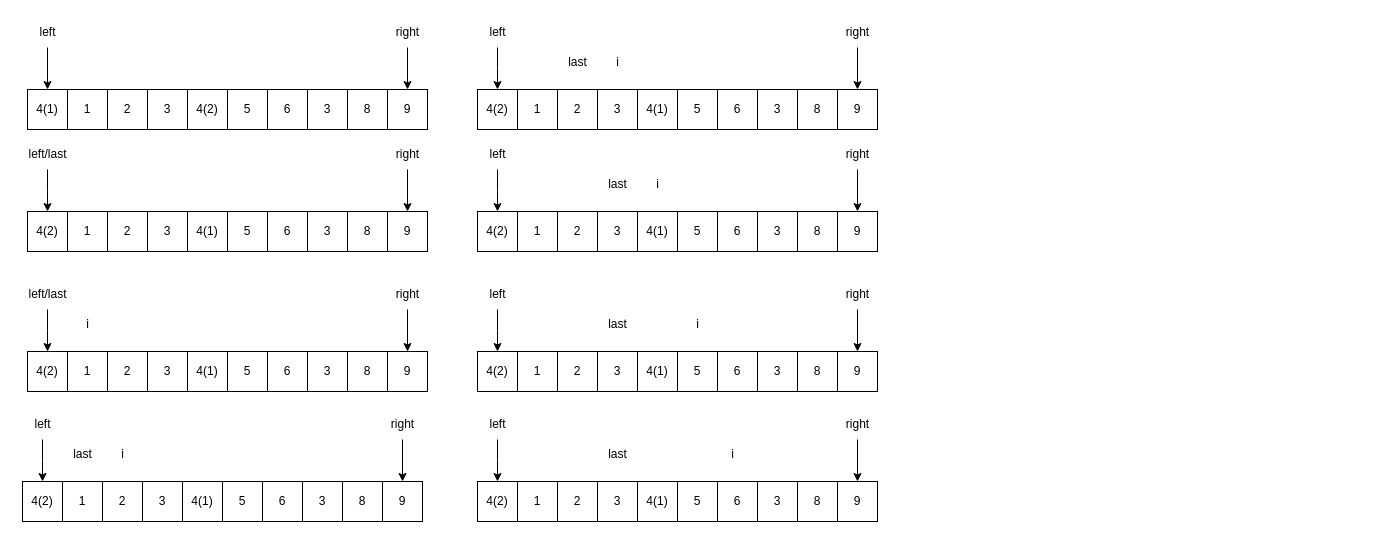
Above: page "第 2 页" (2 of 3) of Untitled Diagram.drawio in 200928/image (draw.io), before the change. Source tidied: cells renumbered, new cells numbered last; positions are measured from the earlier drawing's top-left corner, leaving out a move shared by most shapes. Both pictures are drawn from the tidied source at 100%, with x=0, y=0 at pixel (17, 17).
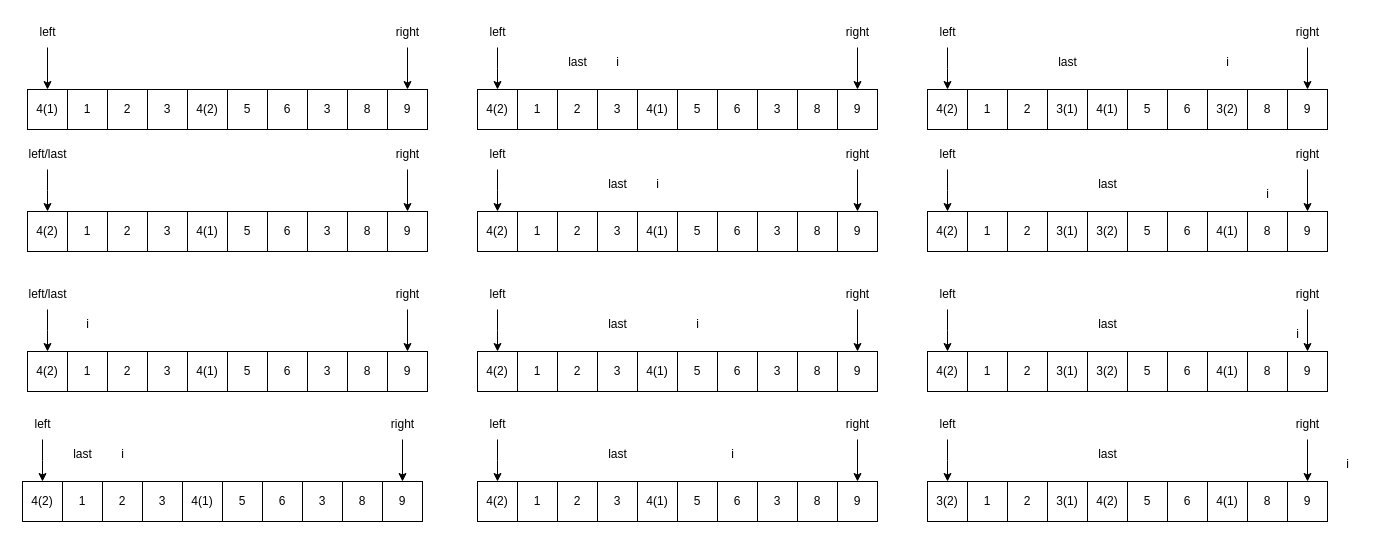
The same page after the edit.

The edit, as a diff of the source:
```diff
@@
+    <mxCell id="125" value="1" style="rounded=0;whiteSpace=wrap;html=1;" parent="1" vertex="1">
+      <mxGeometry x="950" y="72" width="40" height="40" as="geometry" />
+    </mxCell>
+    <mxCell id="126" value="2" style="rounded=0;whiteSpace=wrap;html=1;" parent="1" vertex="1">
+      <mxGeometry x="990" y="72" width="40" height="40" as="geometry" />
+    </mxCell>
+    <mxCell id="127" value="3(1)" style="rounded=0;whiteSpace=wrap;html=1;" parent="1" vertex="1">
+      <mxGeometry x="1030" y="72" width="40" height="40" as="geometry" />
+    </mxCell>
+    <mxCell id="128" value="4(2)" style="rounded=0;whiteSpace=wrap;html=1;" parent="1" vertex="1">
+      <mxGeometry x="910" y="72" width="40" height="40" as="geometry" />
+    </mxCell>
+    <mxCell id="129" value="5" style="rounded=0;whiteSpace=wrap;html=1;" parent="1" vertex="1">
+      <mxGeometry x="1110" y="72" width="40" height="40" as="geometry" />
+    </mxCell>
+    <mxCell id="130" value="6" style="rounded=0;whiteSpace=wrap;html=1;" parent="1" vertex="1">
+      <mxGeometry x="1150" y="72" width="40" height="40" as="geometry" />
+    </mxCell>
+    <mxCell id="131" value="3(2)" style="rounded=0;whiteSpace=wrap;html=1;" parent="1" vertex="1">
+      <mxGeometry x="1190" y="72" width="40" height="40" as="geometry" />
+    </mxCell>
+    <mxCell id="132" value="8" style="rounded=0;whiteSpace=wrap;html=1;" parent="1" vertex="1">
+      <mxGeometry x="1230" y="72" width="40" height="40" as="geometry" />
+    </mxCell>
+    <mxCell id="133" value="9" style="rounded=0;whiteSpace=wrap;html=1;" parent="1" vertex="1">
+      <mxGeometry x="1270" y="72" width="40" height="40" as="geometry" />
+    </mxCell>
+    <mxCell id="134" style="edgeStyle=orthogonalEdgeStyle;rounded=0;jettySize=auto;html=1;entryX=0.5;entryY=0;entryDx=0;entryDy=0;" parent="1" edge="1" source="135">
+      <mxGeometry relative="1" as="geometry">
+        <mxPoint x="930" y="72" as="targetPoint" />
+      </mxGeometry>
+    </mxCell>
+    <mxCell id="135" value="left" style="text;html=1;align=center;verticalAlign=middle;points=[];strokeColor=none;fillColor=none;" parent="1" vertex="1">
+      <mxGeometry x="910" width="40" height="30" as="geometry" />
+    </mxCell>
+    <mxCell id="136" style="edgeStyle=orthogonalEdgeStyle;rounded=0;jettySize=auto;html=1;entryX=0.5;entryY=0;entryDx=0;entryDy=0;" parent="1" edge="1" source="137" target="133">
+      <mxGeometry relative="1" as="geometry" />
+    </mxCell>
+    <mxCell id="137" value="right" style="text;html=1;align=center;verticalAlign=middle;points=[];strokeColor=none;fillColor=none;" parent="1" vertex="1">
+      <mxGeometry x="1265" width="50" height="30" as="geometry" />
+    </mxCell>
+    <mxCell id="138" value="i" style="text;html=1;align=center;verticalAlign=middle;strokeColor=none;fillColor=none;" parent="1" vertex="1">
+      <mxGeometry x="1195" y="30" width="30" height="30" as="geometry" />
+    </mxCell>
+    <mxCell id="139" value="4(1)" style="rounded=0;whiteSpace=wrap;html=1;" parent="1" vertex="1">
+      <mxGeometry x="1070" y="72" width="40" height="40" as="geometry" />
+    </mxCell>
+    <mxCell id="140" value="last" style="text;html=1;align=center;verticalAlign=middle;strokeColor=none;fillColor=none;" parent="1" vertex="1">
+      <mxGeometry x="1030" y="30" width="40" height="30" as="geometry" />
+    </mxCell>
+    <mxCell id="141" value="1" style="rounded=0;whiteSpace=wrap;html=1;" parent="1" vertex="1">
+      <mxGeometry x="950" y="194" width="40" height="40" as="geometry" />
+    </mxCell>
+    <mxCell id="142" value="2" style="rounded=0;whiteSpace=wrap;html=1;" parent="1" vertex="1">
+      <mxGeometry x="990" y="194" width="40" height="40" as="geometry" />
+    </mxCell>
+    <mxCell id="143" value="3(1)" style="rounded=0;whiteSpace=wrap;html=1;" parent="1" vertex="1">
+      <mxGeometry x="1030" y="194" width="40" height="40" as="geometry" />
+    </mxCell>
+    <mxCell id="144" value="4(2)" style="rounded=0;whiteSpace=wrap;html=1;" parent="1" vertex="1">
+      <mxGeometry x="910" y="194" width="40" height="40" as="geometry" />
+    </mxCell>
+    <mxCell id="145" value="5" style="rounded=0;whiteSpace=wrap;html=1;" parent="1" vertex="1">
+      <mxGeometry x="1110" y="194" width="40" height="40" as="geometry" />
+    </mxCell>
+    <mxCell id="146" value="6" style="rounded=0;whiteSpace=wrap;html=1;" parent="1" vertex="1">
+      <mxGeometry x="1150" y="194" width="40" height="40" as="geometry" />
+    </mxCell>
+    <mxCell id="147" value="3(2)" style="rounded=0;whiteSpace=wrap;html=1;" parent="1" vertex="1">
+      <mxGeometry x="1070" y="194" width="40" height="40" as="geometry" />
+    </mxCell>
+    <mxCell id="148" value="8" style="rounded=0;whiteSpace=wrap;html=1;" parent="1" vertex="1">
+      <mxGeometry x="1230" y="194" width="40" height="40" as="geometry" />
+    </mxCell>
+    <mxCell id="149" value="9" style="rounded=0;whiteSpace=wrap;html=1;" parent="1" vertex="1">
+      <mxGeometry x="1270" y="194" width="40" height="40" as="geometry" />
+    </mxCell>
+    <mxCell id="150" style="edgeStyle=orthogonalEdgeStyle;rounded=0;jettySize=auto;html=1;entryX=0.5;entryY=0;entryDx=0;entryDy=0;" parent="1" edge="1" source="151">
+      <mxGeometry relative="1" as="geometry">
+        <mxPoint x="930" y="194" as="targetPoint" />
+      </mxGeometry>
+    </mxCell>
+    <mxCell id="151" value="left" style="text;html=1;align=center;verticalAlign=middle;points=[];strokeColor=none;fillColor=none;" parent="1" vertex="1">
+      <mxGeometry x="910" y="122" width="40" height="30" as="geometry" />
+    </mxCell>
+    <mxCell id="152" style="edgeStyle=orthogonalEdgeStyle;rounded=0;jettySize=auto;html=1;entryX=0.5;entryY=0;entryDx=0;entryDy=0;" parent="1" edge="1" source="153" target="149">
+      <mxGeometry relative="1" as="geometry" />
+    </mxCell>
+    <mxCell id="153" value="right" style="text;html=1;align=center;verticalAlign=middle;points=[];strokeColor=none;fillColor=none;" parent="1" vertex="1">
+      <mxGeometry x="1265" y="122" width="50" height="30" as="geometry" />
+    </mxCell>
+    <mxCell id="154" value="i" style="text;html=1;align=center;verticalAlign=middle;strokeColor=none;fillColor=none;" parent="1" vertex="1">
+      <mxGeometry x="1235" y="162" width="30" height="30" as="geometry" />
+    </mxCell>
+    <mxCell id="155" value="4(1)" style="rounded=0;whiteSpace=wrap;html=1;" parent="1" vertex="1">
+      <mxGeometry x="1190" y="194" width="40" height="40" as="geometry" />
+    </mxCell>
+    <mxCell id="156" value="last" style="text;html=1;align=center;verticalAlign=middle;strokeColor=none;fillColor=none;" parent="1" vertex="1">
+      <mxGeometry x="1070" y="152" width="40" height="30" as="geometry" />
+    </mxCell>
+    <mxCell id="157" value="1" style="rounded=0;whiteSpace=wrap;html=1;" parent="1" vertex="1">
+      <mxGeometry x="950" y="334" width="40" height="40" as="geometry" />
+    </mxCell>
+    <mxCell id="158" value="2" style="rounded=0;whiteSpace=wrap;html=1;" parent="1" vertex="1">
+      <mxGeometry x="990" y="334" width="40" height="40" as="geometry" />
+    </mxCell>
+    <mxCell id="159" value="3(1)" style="rounded=0;whiteSpace=wrap;html=1;" parent="1" vertex="1">
+      <mxGeometry x="1030" y="334" width="40" height="40" as="geometry" />
+    </mxCell>
+    <mxCell id="160" value="4(2)" style="rounded=0;whiteSpace=wrap;html=1;" parent="1" vertex="1">
+      <mxGeometry x="910" y="334" width="40" height="40" as="geometry" />
+    </mxCell>
+    <mxCell id="161" value="5" style="rounded=0;whiteSpace=wrap;html=1;" parent="1" vertex="1">
+      <mxGeometry x="1110" y="334" width="40" height="40" as="geometry" />
+    </mxCell>
+    <mxCell id="162" value="6" style="rounded=0;whiteSpace=wrap;html=1;" parent="1" vertex="1">
+      <mxGeometry x="1150" y="334" width="40" height="40" as="geometry" />
+    </mxCell>
+    <mxCell id="163" value="3(2)" style="rounded=0;whiteSpace=wrap;html=1;" parent="1" vertex="1">
+      <mxGeometry x="1070" y="334" width="40" height="40" as="geometry" />
+    </mxCell>
+    <mxCell id="164" value="8" style="rounded=0;whiteSpace=wrap;html=1;" parent="1" vertex="1">
+      <mxGeometry x="1230" y="334" width="40" height="40" as="geometry" />
+    </mxCell>
+    <mxCell id="165" value="9" style="rounded=0;whiteSpace=wrap;html=1;" parent="1" vertex="1">
+      <mxGeometry x="1270" y="334" width="40" height="40" as="geometry" />
+    </mxCell>
+    <mxCell id="166" style="edgeStyle=orthogonalEdgeStyle;rounded=0;jettySize=auto;html=1;entryX=0.5;entryY=0;entryDx=0;entryDy=0;" parent="1" edge="1" source="167">
+      <mxGeometry relative="1" as="geometry">
+        <mxPoint x="930" y="334" as="targetPoint" />
+      </mxGeometry>
+    </mxCell>
+    <mxCell id="167" value="left" style="text;html=1;align=center;verticalAlign=middle;points=[];strokeColor=none;fillColor=none;" parent="1" vertex="1">
+      <mxGeometry x="910" y="262" width="40" height="30" as="geometry" />
+    </mxCell>
+    <mxCell id="168" style="edgeStyle=orthogonalEdgeStyle;rounded=0;jettySize=auto;html=1;entryX=0.5;entryY=0;entryDx=0;entryDy=0;" parent="1" edge="1" source="169" target="165">
+      <mxGeometry relative="1" as="geometry" />
+    </mxCell>
+    <mxCell id="169" value="right" style="text;html=1;align=center;verticalAlign=middle;points=[];strokeColor=none;fillColor=none;" parent="1" vertex="1">
+      <mxGeometry x="1265" y="262" width="50" height="30" as="geometry" />
+    </mxCell>
+    <mxCell id="170" value="i" style="text;html=1;align=center;verticalAlign=middle;strokeColor=none;fillColor=none;" parent="1" vertex="1">
+      <mxGeometry x="1265" y="302" width="30" height="30" as="geometry" />
+    </mxCell>
+    <mxCell id="171" value="4(1)" style="rounded=0;whiteSpace=wrap;html=1;" parent="1" vertex="1">
+      <mxGeometry x="1190" y="334" width="40" height="40" as="geometry" />
+    </mxCell>
+    <mxCell id="172" value="last" style="text;html=1;align=center;verticalAlign=middle;strokeColor=none;fillColor=none;" parent="1" vertex="1">
+      <mxGeometry x="1070" y="292" width="40" height="30" as="geometry" />
+    </mxCell>
+    <mxCell id="173" value="1" style="rounded=0;whiteSpace=wrap;html=1;" parent="1" vertex="1">
+      <mxGeometry x="950" y="464" width="40" height="40" as="geometry" />
+    </mxCell>
+    <mxCell id="174" value="2" style="rounded=0;whiteSpace=wrap;html=1;" parent="1" vertex="1">
+      <mxGeometry x="990" y="464" width="40" height="40" as="geometry" />
+    </mxCell>
+    <mxCell id="175" value="3(1)" style="rounded=0;whiteSpace=wrap;html=1;" parent="1" vertex="1">
+      <mxGeometry x="1030" y="464" width="40" height="40" as="geometry" />
+    </mxCell>
+    <mxCell id="176" value="4(2)" style="rounded=0;whiteSpace=wrap;html=1;" parent="1" vertex="1">
+      <mxGeometry x="1070" y="464" width="40" height="40" as="geometry" />
+    </mxCell>
+    <mxCell id="177" value="5" style="rounded=0;whiteSpace=wrap;html=1;" parent="1" vertex="1">
+      <mxGeometry x="1110" y="464" width="40" height="40" as="geometry" />
+    </mxCell>
+    <mxCell id="178" value="6" style="rounded=0;whiteSpace=wrap;html=1;" parent="1" vertex="1">
+      <mxGeometry x="1150" y="464" width="40" height="40" as="geometry" />
+    </mxCell>
+    <mxCell id="179" value="3(2)" style="rounded=0;whiteSpace=wrap;html=1;" parent="1" vertex="1">
+      <mxGeometry x="910" y="464" width="40" height="40" as="geometry" />
+    </mxCell>
+    <mxCell id="180" value="8" style="rounded=0;whiteSpace=wrap;html=1;" parent="1" vertex="1">
+      <mxGeometry x="1230" y="464" width="40" height="40" as="geometry" />
+    </mxCell>
+    <mxCell id="181" value="9" style="rounded=0;whiteSpace=wrap;html=1;" parent="1" vertex="1">
+      <mxGeometry x="1270" y="464" width="40" height="40" as="geometry" />
+    </mxCell>
+    <mxCell id="182" style="edgeStyle=orthogonalEdgeStyle;rounded=0;jettySize=auto;html=1;entryX=0.5;entryY=0;entryDx=0;entryDy=0;" parent="1" edge="1" source="183">
+      <mxGeometry relative="1" as="geometry">
+        <mxPoint x="930" y="464" as="targetPoint" />
+      </mxGeometry>
+    </mxCell>
+    <mxCell id="183" value="left" style="text;html=1;align=center;verticalAlign=middle;points=[];strokeColor=none;fillColor=none;" parent="1" vertex="1">
+      <mxGeometry x="910" y="392" width="40" height="30" as="geometry" />
+    </mxCell>
+    <mxCell id="184" style="edgeStyle=orthogonalEdgeStyle;rounded=0;jettySize=auto;html=1;entryX=0.5;entryY=0;entryDx=0;entryDy=0;" parent="1" edge="1" source="185" target="181">
+      <mxGeometry relative="1" as="geometry" />
+    </mxCell>
+    <mxCell id="185" value="right" style="text;html=1;align=center;verticalAlign=middle;points=[];strokeColor=none;fillColor=none;" parent="1" vertex="1">
+      <mxGeometry x="1265" y="392" width="50" height="30" as="geometry" />
+    </mxCell>
+    <mxCell id="186" value="i" style="text;html=1;align=center;verticalAlign=middle;strokeColor=none;fillColor=none;" parent="1" vertex="1">
+      <mxGeometry x="1315" y="432" width="30" height="30" as="geometry" />
+    </mxCell>
+    <mxCell id="187" value="4(1)" style="rounded=0;whiteSpace=wrap;html=1;" parent="1" vertex="1">
+      <mxGeometry x="1190" y="464" width="40" height="40" as="geometry" />
+    </mxCell>
+    <mxCell id="188" value="last" style="text;html=1;align=center;verticalAlign=middle;strokeColor=none;fillColor=none;" parent="1" vertex="1">
+      <mxGeometry x="1070" y="422" width="40" height="30" as="geometry" />
+    </mxCell>
```
